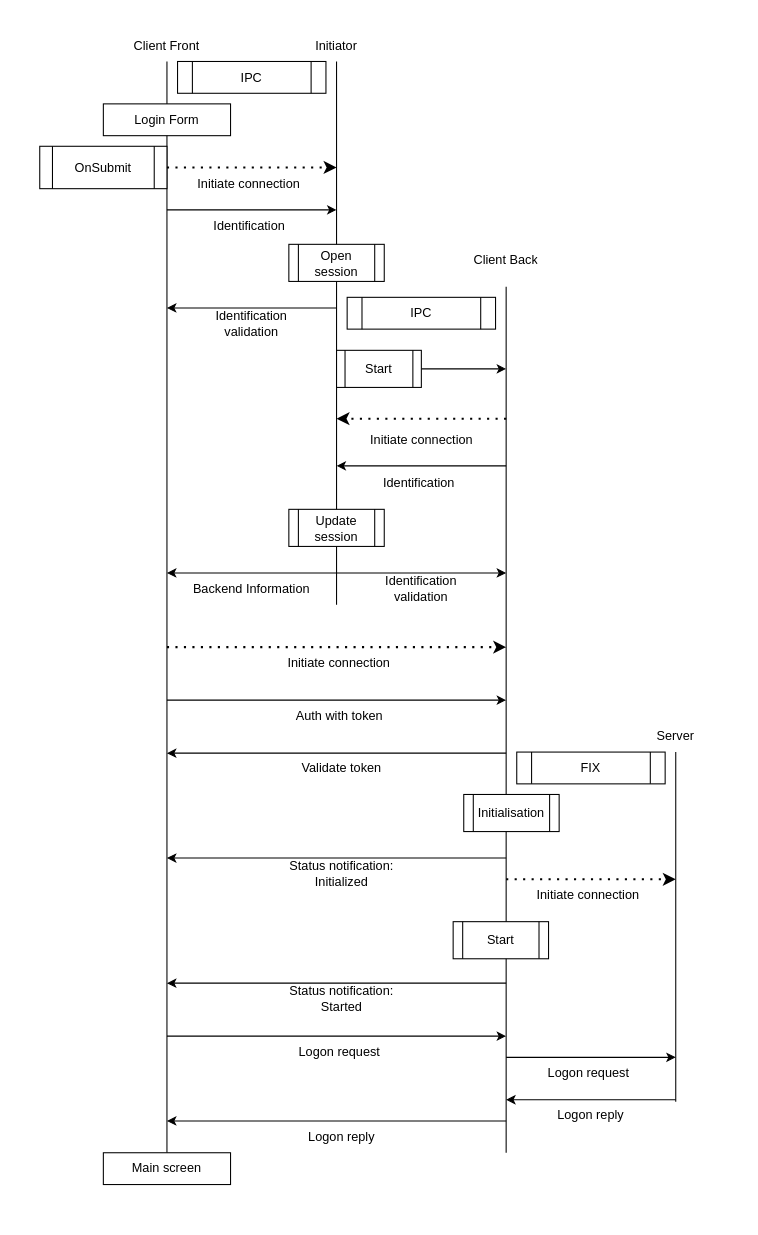
Above: page "IPC protocol" (1 of 3) of schema.drawio in DipStax/FIX4.2-protocol (draw.io), before the change. Source tidied: cells renumbered, new cells numbered last; positions are measured from the earlier drawing's top-left corner, leaving out a move shared by most shapes. Both pictures are drawn from the tidied source at 106%, with x=0, y=0 at pixel (39, 29).
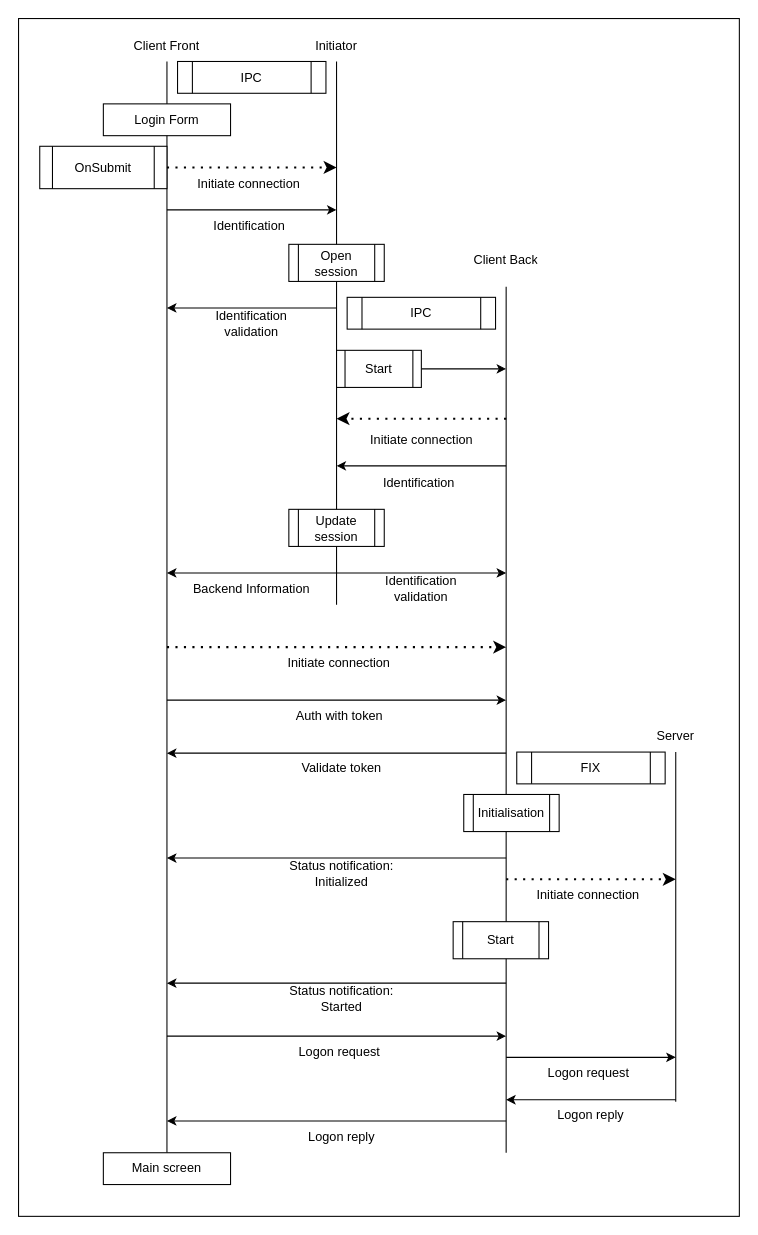
The same page after the edit.

Commit message (it also covers changes not shown here):
doc(Client/Initiator): fix image visualisation

Change to the diagram source:
```diff
@@
+    <mxCell id="56" style="rounded=0;whiteSpace=wrap;html=1;" parent="1" vertex="1">
+      <mxGeometry x="-20" y="-10" width="680" height="1130" as="geometry" />
+    </mxCell>
```
